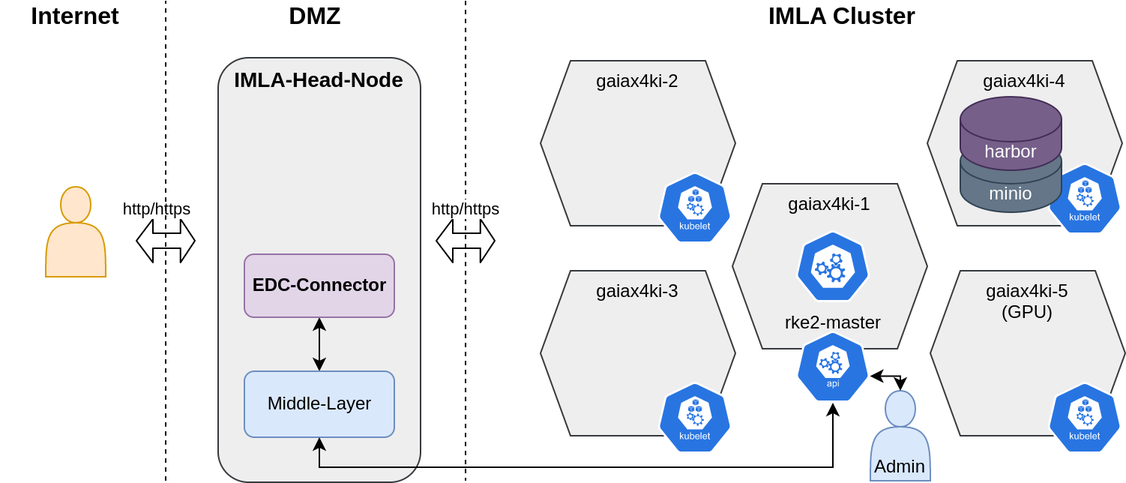
Before: docs/hso-infrastructure-simple.drawio.png, a diagram exported from draw.io (reisman234/workflow-middlelayer). Source tidied: cells renumbered, new cells last; positions are measured from the earlier drawing's top-left corner, leaving out a move shared by most shapes.
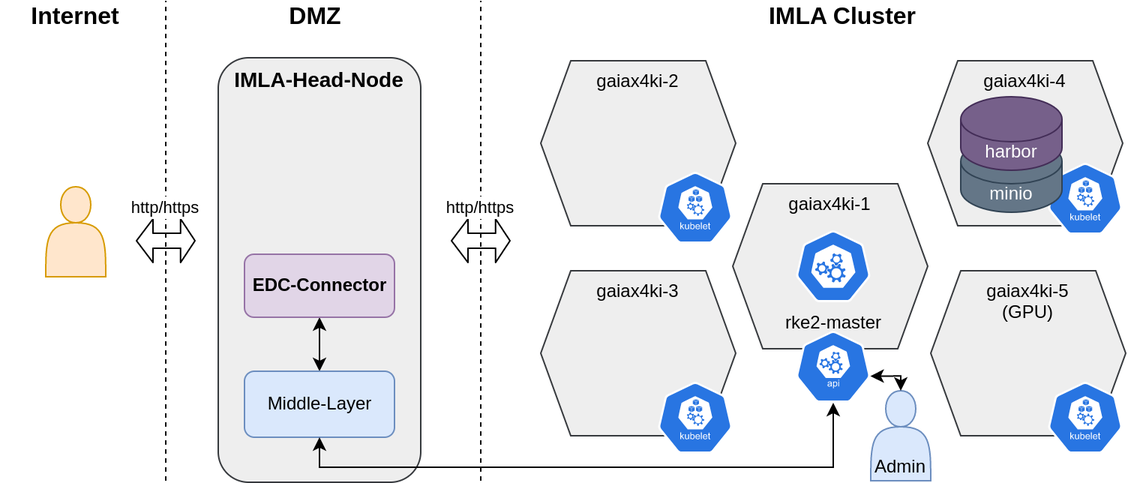
The same file after the commit.

Diff of the diagram source:
```diff
@@ -1,4 +1,4 @@
-<mxGraphModel>
+<mxGraphModel background="#ffffff">
   <root>
     <mxCell id="0" />
     <mxCell id="1" parent="0" />
@@ -68,46 +68,6 @@
     <mxCell id="23" style="sketch=0;html=1;dashed=0;whitespace=wrap;fillColor=#2875E2;strokeColor=#ffffff;shape=mxgraph.kubernetes.icon;prIcon=kubelet;fontSize=16;" parent="21" vertex="1">
       <mxGeometry x="78" y="74" width="50" height="48" as="geometry" />
     </mxCell>
-    <mxCell id="24" style="group;" parent="1" vertex="1">
-      <mxGeometry x="290" width="40" height="320" as="geometry" />
-    </mxCell>
-    <mxCell id="25" style="endArrow=none;dashed=1;html=1;" parent="24" edge="1">
-      <mxGeometry relative="1" as="geometry">
-        <mxPoint x="20" as="sourcePoint" />
-        <mxPoint x="20" y="320" as="targetPoint" />
-      </mxGeometry>
-    </mxCell>
-    <mxCell id="26" style="shape=flexArrow;endArrow=classic;startArrow=classic;html=1;endWidth=18;endSize=3.33;startWidth=18;startSize=2.859677419354839;" parent="24" edge="1">
-      <mxGeometry relative="1" as="geometry">
-        <mxPoint x="40" y="160" as="sourcePoint" />
-        <mxPoint y="160" as="targetPoint" />
-      </mxGeometry>
-    </mxCell>
-    <mxCell id="27" value="http/https" style="edgeLabel;html=1;align=center;verticalAlign=middle;" parent="26" vertex="1">
-      <mxGeometry x="-0.67" relative="1" as="geometry">
-        <mxPoint x="-14" y="-22" as="offset" />
-      </mxGeometry>
-    </mxCell>
-    <mxCell id="28" style="group;" parent="1" vertex="1">
-      <mxGeometry x="90" width="40" height="320" as="geometry" />
-    </mxCell>
-    <mxCell id="29" style="shape=flexArrow;endArrow=classic;startArrow=classic;html=1;endWidth=18;endSize=3.33;startWidth=18;startSize=2.859677419354839;" parent="28" edge="1">
-      <mxGeometry relative="1" as="geometry">
-        <mxPoint x="40" y="160" as="sourcePoint" />
-        <mxPoint y="160" as="targetPoint" />
-      </mxGeometry>
-    </mxCell>
-    <mxCell id="30" value="http/https" style="edgeLabel;html=1;align=center;verticalAlign=middle;" parent="29" vertex="1">
-      <mxGeometry x="-0.67" relative="1" as="geometry">
-        <mxPoint x="-20" y="-22" as="offset" />
-      </mxGeometry>
-    </mxCell>
-    <mxCell id="31" style="endArrow=none;dashed=1;html=1;" parent="28" edge="1">
-      <mxGeometry relative="1" as="geometry">
-        <mxPoint x="20" y="320" as="sourcePoint" />
-        <mxPoint x="20" as="targetPoint" />
-      </mxGeometry>
-    </mxCell>
     <mxCell id="32" value="Admin" style="shape=actor;whiteSpace=wrap;html=1;verticalAlign=bottom;fillColor=#dae8fc;strokeColor=#6c8ebf;" parent="1" vertex="1">
       <mxGeometry x="580" y="260" width="40" height="60" as="geometry" />
     </mxCell>
@@ -130,5 +90,49 @@
         </Array>
       </mxGeometry>
     </mxCell>
+    <mxCell id="28" style="group;" parent="1" vertex="1">
+      <mxGeometry x="90" width="40" height="320" as="geometry" />
+    </mxCell>
+    <mxCell id="29" style="shape=flexArrow;endArrow=classic;startArrow=classic;html=1;endWidth=18;endSize=3.33;startWidth=18;startSize=2.859677419354839;verticalAlign=bottom;labelPosition=center;verticalLabelPosition=top;align=center;" parent="28" edge="1">
+      <mxGeometry relative="1" as="geometry">
+        <mxPoint x="40" y="160" as="sourcePoint" />
+        <mxPoint y="160" as="targetPoint" />
+      </mxGeometry>
+    </mxCell>
+    <mxCell id="31" style="endArrow=none;dashed=1;html=1;startArrow=none;" parent="28" edge="1" source="39">
+      <mxGeometry relative="1" as="geometry">
+        <mxPoint x="20" as="targetPoint" />
+      </mxGeometry>
+    </mxCell>
+    <mxCell id="38" style="endArrow=none;dashed=1;html=1;" parent="28" edge="1" target="39">
+      <mxGeometry relative="1" as="geometry">
+        <mxPoint x="20" y="320" as="sourcePoint" />
+      </mxGeometry>
+    </mxCell>
+    <mxCell id="39" value="http/https" style="rounded=0;whiteSpace=wrap;html=1;labelBackgroundColor=default;labelBorderColor=#FFFFFF;fontSize=11;fontColor=default;fillColor=default;strokeColor=none;opacity=0;" parent="28" vertex="1">
+      <mxGeometry x="10" y="133" width="20" height="10" as="geometry" />
+    </mxCell>
+    <mxCell id="40" style="group;" parent="1" vertex="1">
+      <mxGeometry x="300" width="40" height="320" as="geometry" />
+    </mxCell>
+    <mxCell id="41" style="shape=flexArrow;endArrow=classic;startArrow=classic;html=1;endWidth=18;endSize=3.33;startWidth=18;startSize=2.859677419354839;verticalAlign=bottom;labelPosition=center;verticalLabelPosition=top;align=center;" parent="40" edge="1">
+      <mxGeometry relative="1" as="geometry">
+        <mxPoint x="40" y="160" as="sourcePoint" />
+        <mxPoint y="160" as="targetPoint" />
+      </mxGeometry>
+    </mxCell>
+    <mxCell id="42" style="endArrow=none;dashed=1;html=1;startArrow=none;" parent="40" edge="1" source="44">
+      <mxGeometry relative="1" as="geometry">
+        <mxPoint x="20" as="targetPoint" />
+      </mxGeometry>
+    </mxCell>
+    <mxCell id="43" style="endArrow=none;dashed=1;html=1;" parent="40" edge="1" target="44">
+      <mxGeometry relative="1" as="geometry">
+        <mxPoint x="20" y="320" as="sourcePoint" />
+      </mxGeometry>
+    </mxCell>
+    <mxCell id="44" value="http/https" style="rounded=0;whiteSpace=wrap;html=1;labelBackgroundColor=default;labelBorderColor=#FFFFFF;fontSize=11;fontColor=default;fillColor=none;strokeColor=none;" parent="40" vertex="1">
+      <mxGeometry x="10" y="133" width="20" height="10" as="geometry" />
+    </mxCell>
   </root>
 </mxGraphModel>
```
